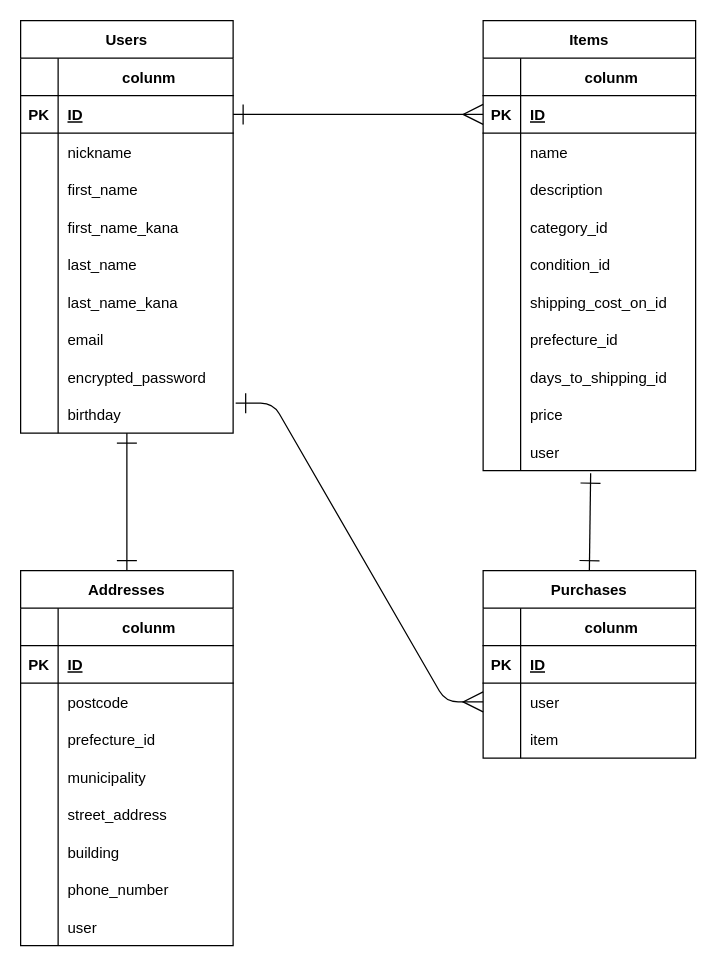
The draw.io diagram er-diagram.dio in ArgonSys/furima-40158, before the edit. Source tidied: cells renumbered, new cells numbered last; positions are measured from the earlier drawing's top-left corner, leaving out a move shared by most shapes. Both pictures are drawn from the tidied source at 125%, with x=0, y=0 at pixel (20, 20).
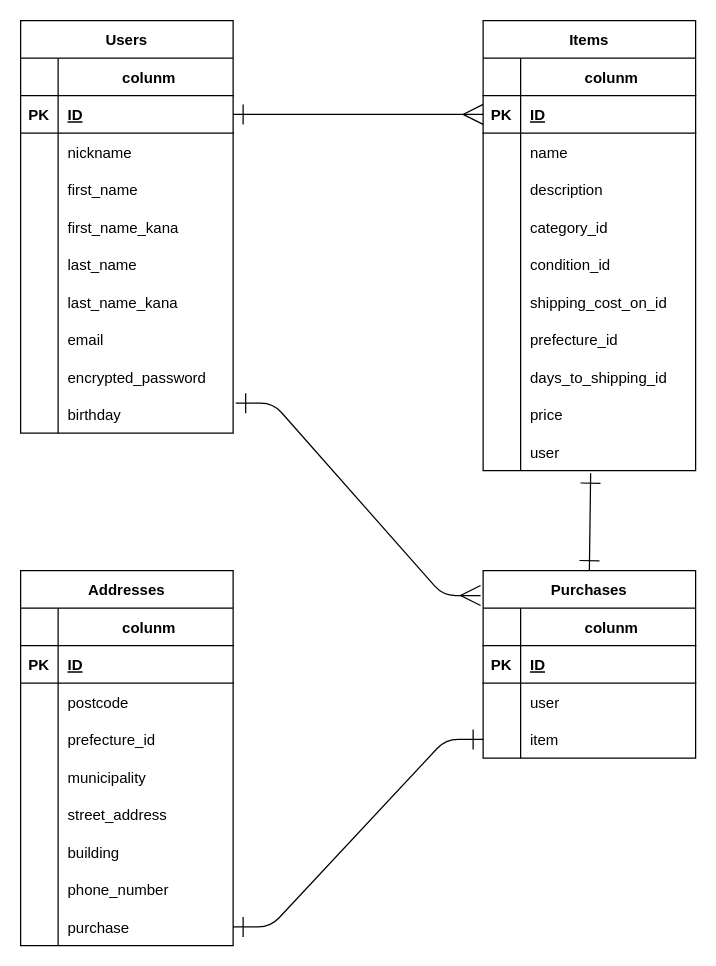
Above is the later version.

Commit message (it also covers changes not shown here):
Addressesのuserをpurchaseに変更、associationの追記

The change refers to these unchanged cells:
```xml
<mxCell id="30" style="shape=tableRow;horizontal=0;startSize=0;swimlaneHead=0;swimlaneBody=0;fillColor=none;points=[[0,0.5],[1,0.5]];portConstraint=eastwest;top=0;left=0;right=0;bottom=0;" parent="2" vertex="1">
  <mxGeometry y="300" width="170" height="30" as="geometry" />
</mxCell>
<mxCell id="67" value="Addresses" style="shape=table;startSize=30;childLayout=tableLayout;rowLines=0;fontStyle=1;align=center;" parent="1" vertex="1">
  <mxGeometry y="440" width="170" height="300" as="geometry" />
</mxCell>
<mxCell id="92" style="shape=tableRow;horizontal=0;startSize=0;swimlaneHead=0;swimlaneBody=0;fillColor=none;points=[[0,0.5],[1,0.5]];portConstraint=eastwest;top=0;left=0;right=0;bottom=0;" parent="67" vertex="1">
  <mxGeometry y="270" width="170" height="30" as="geometry" />
</mxCell>
<mxCell id="97" value="Purchases" style="shape=table;startSize=30;childLayout=tableLayout;rowLines=0;fontStyle=1;align=center;" parent="1" vertex="1">
  <mxGeometry x="370" y="440" width="170" height="150" as="geometry" />
</mxCell>
<mxCell id="104" style="shape=tableRow;horizontal=0;startSize=0;swimlaneHead=0;swimlaneBody=0;fillColor=none;points=[[0,0.5],[1,0.5]];portConstraint=eastwest;top=0;left=0;right=0;bottom=0;" parent="97" vertex="1">
  <mxGeometry y="90" width="170" height="30" as="geometry" />
</mxCell>
<mxCell id="107" style="shape=tableRow;horizontal=0;startSize=0;swimlaneHead=0;swimlaneBody=0;fillColor=none;points=[[0,0.5],[1,0.5]];portConstraint=eastwest;top=0;left=0;right=0;bottom=0;" parent="97" vertex="1">
  <mxGeometry y="120" width="170" height="30" as="geometry" />
</mxCell>
```

Change to the diagram source:
```diff
@@
-    <mxCell id="94" value="user" style="shape=partialRectangle;fillColor=none;top=0;left=0;bottom=0;right=0;align=left;spacingLeft=6;overflow=hidden;" parent="92" vertex="1">
+    <mxCell id="94" value="purchase" style="shape=partialRectangle;fillColor=none;top=0;left=0;bottom=0;right=0;align=left;spacingLeft=6;overflow=hidden;" parent="92" vertex="1">
       <mxGeometry x="30" width="140" height="30" as="geometry" />
     </mxCell>
@@
-    <mxCell id="96" style="fontSize=12;html=1;endArrow=ERone;entryX=0.5;entryY=0;entryDx=0;entryDy=0;endFill=0;startArrow=ERone;startFill=0;endSize=14;startSize=14;" parent="1" edge="1" target="67">
-      <mxGeometry relative="1" as="geometry">
-        <mxPoint x="85" y="330" as="sourcePoint" />
-      </mxGeometry>
-    </mxCell>
@@
-    <mxCell id="111" style="fontSize=12;html=1;endArrow=ERmany;endFill=0;startArrow=ERone;startFill=0;endSize=14;startSize=14;entryX=0;entryY=0.5;entryDx=0;entryDy=0;exitX=1.012;exitY=0.2;exitDx=0;exitDy=0;exitPerimeter=0;edgeStyle=entityRelationEdgeStyle;" parent="1" edge="1" source="30" target="104">
+    <mxCell id="111" style="fontSize=12;html=1;endArrow=ERmany;endFill=0;startArrow=ERone;startFill=0;endSize=14;startSize=14;entryX=-0.012;entryY=0.133;entryDx=0;entryDy=0;exitX=1.012;exitY=0.2;exitDx=0;exitDy=0;exitPerimeter=0;edgeStyle=entityRelationEdgeStyle;entryPerimeter=0;" parent="1" edge="1" source="30" target="97">
       <mxGeometry relative="1" as="geometry" />
     </mxCell>
+    <mxCell id="96" style="fontSize=12;html=1;endArrow=ERone;endFill=0;startArrow=ERone;startFill=0;endSize=14;startSize=14;exitX=1;exitY=0.5;exitDx=0;exitDy=0;edgeStyle=entityRelationEdgeStyle;" parent="1" edge="1" source="92" target="107">
+      <mxGeometry relative="1" as="geometry" />
+    </mxCell>
```
